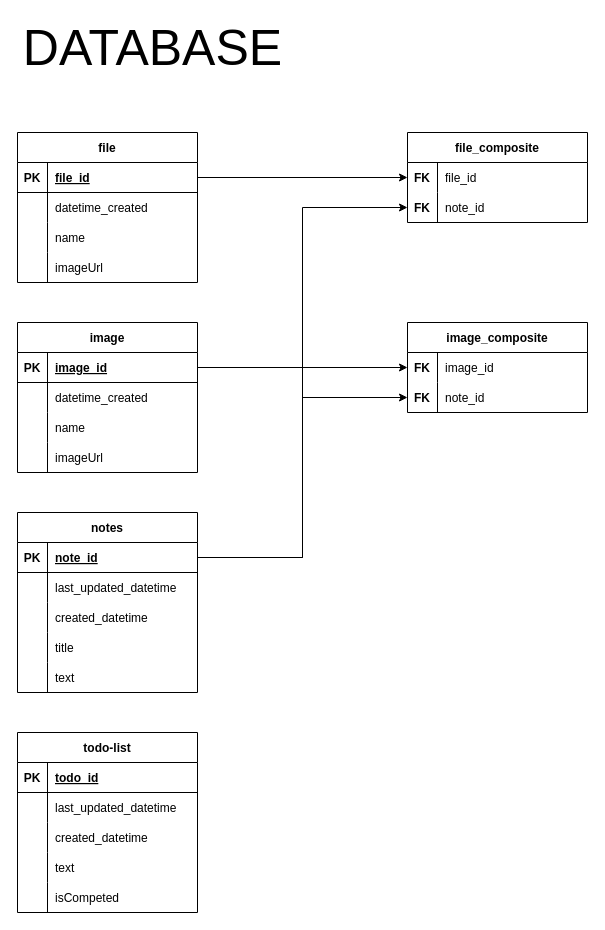
Earlier version of the draw.io diagram Doc/DATABAS pimordie.drawio (dreamc4t/PimordieProject). Source tidied: cells renumbered, new cells numbered last; positions are measured from the earlier drawing's top-left corner, leaving out a move shared by most shapes. Both pictures are drawn from the tidied source at 100%, with x=0, y=0 at pixel (17, 32).
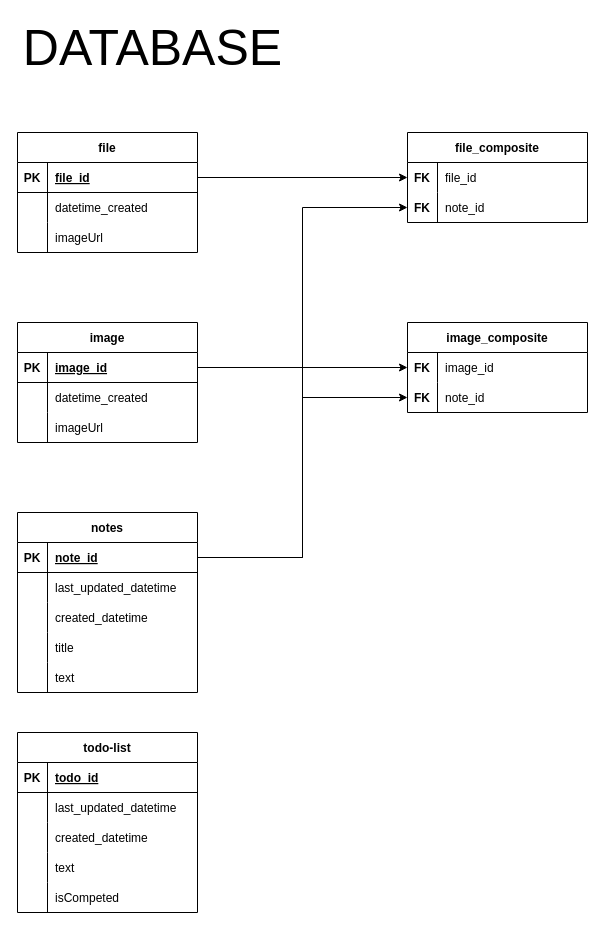
Above is the later version.

What changed in the source:
```diff
@@
     <mxCell id="18" value="image" style="shape=table;startSize=30;childLayout=tableLayout;rowLines=0;fontStyle=1;align=center;" parent="1" vertex="1">
-      <mxGeometry y="290" width="180" height="150" as="geometry" />
+      <mxGeometry y="290" width="180" height="120" as="geometry" />
     </mxCell>
@@
-    <mxCell id="25" style="shape=partialRectangle;fillColor=none;top=0;left=0;bottom=0;right=0;" parent="18" vertex="1">
-      <mxGeometry y="90" width="180" height="30" as="geometry" />
-    </mxCell>
-    <mxCell id="26" style="shape=partialRectangle;fillColor=none;top=0;left=0;bottom=0;right=0;overflow=hidden;" parent="25" vertex="1">
-      <mxGeometry width="30" height="30" as="geometry" />
-    </mxCell>
-    <mxCell id="27" value="name" style="shape=partialRectangle;fillColor=none;top=0;left=0;bottom=0;right=0;align=left;spacingLeft=6;overflow=hidden;" parent="25" vertex="1">
-      <mxGeometry x="30" width="150" height="30" as="geometry" />
-    </mxCell>
     <mxCell id="28" style="shape=partialRectangle;fillColor=none;top=0;left=0;bottom=0;right=0;" parent="18" vertex="1">
-      <mxGeometry y="120" width="180" height="30" as="geometry" />
+      <mxGeometry y="90" width="180" height="30" as="geometry" />
     </mxCell>
@@
     <mxCell id="31" value="file" style="shape=table;startSize=30;childLayout=tableLayout;rowLines=0;fontStyle=1;align=center;" parent="1" vertex="1">
-      <mxGeometry y="100" width="180" height="150" as="geometry" />
+      <mxGeometry y="100" width="180" height="120" as="geometry" />
     </mxCell>
@@
-    <mxCell id="38" style="shape=partialRectangle;fillColor=none;top=0;left=0;bottom=0;right=0;" parent="31" vertex="1">
-      <mxGeometry y="90" width="180" height="30" as="geometry" />
-    </mxCell>
-    <mxCell id="39" style="shape=partialRectangle;fillColor=none;top=0;left=0;bottom=0;right=0;overflow=hidden;" parent="38" vertex="1">
-      <mxGeometry width="30" height="30" as="geometry" />
-    </mxCell>
-    <mxCell id="40" value="name" style="shape=partialRectangle;fillColor=none;top=0;left=0;bottom=0;right=0;align=left;spacingLeft=6;overflow=hidden;" parent="38" vertex="1">
-      <mxGeometry x="30" width="150" height="30" as="geometry" />
-    </mxCell>
     <mxCell id="41" style="shape=partialRectangle;fillColor=none;top=0;left=0;bottom=0;right=0;" parent="31" vertex="1">
-      <mxGeometry y="120" width="180" height="30" as="geometry" />
+      <mxGeometry y="90" width="180" height="30" as="geometry" />
     </mxCell>
```
